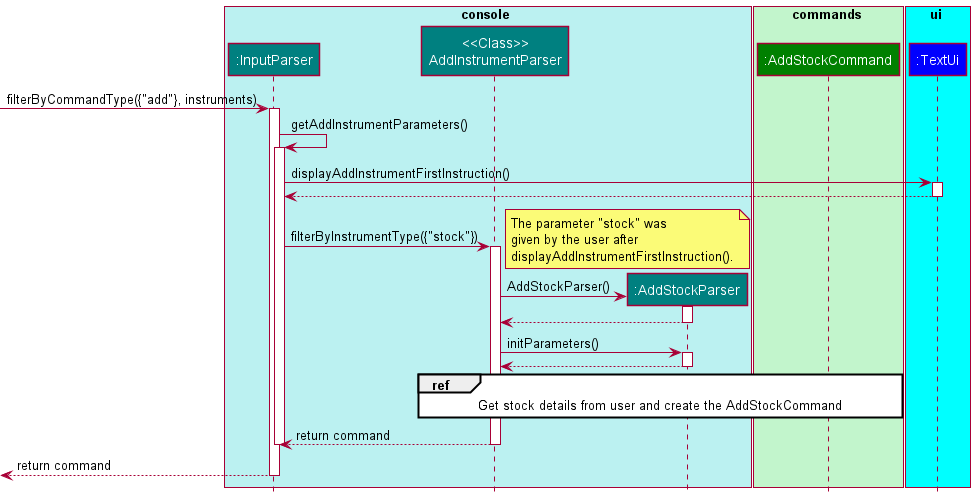
Earlier version of the PlantUML export docs/images/AddStockSequenceDiagram.png (williamlamjy/mTracker).
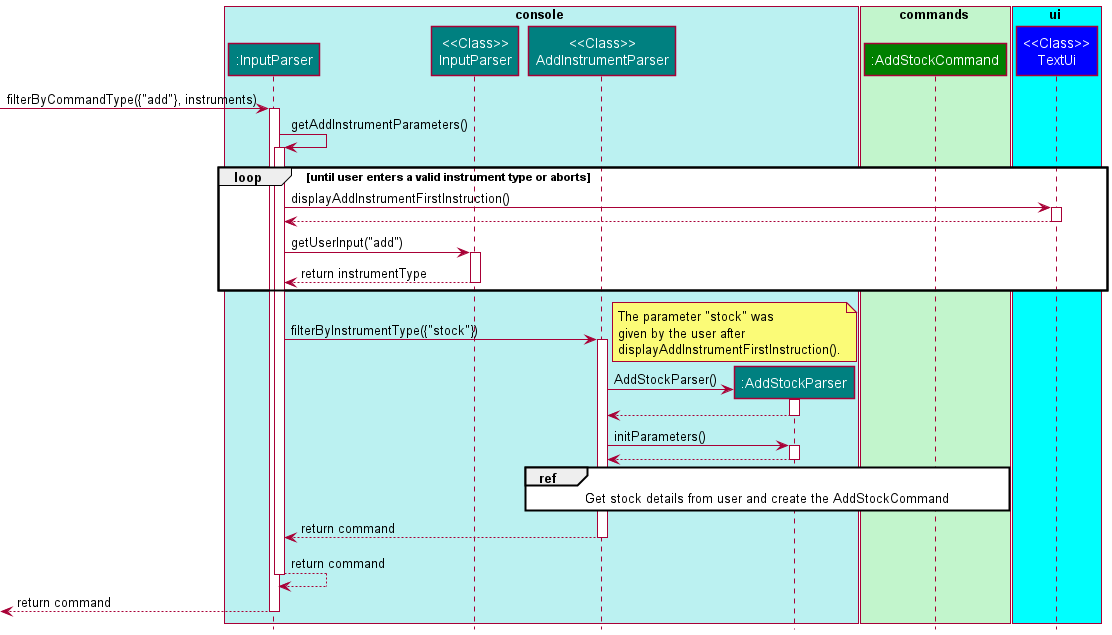
The same diagram one commit later.

Change to the diagram source:
```diff
@@ -3,6 +3,7 @@
 
 box console COLOR_CONSOLE_SEGMENT
 participant ":InputParser" as InputParser COLOR_CONSOLE
+participant "<<Class>>\nInputParser" as ClassInputParser COLOR_CONSOLE
 participant "<<Class>>\nAddInstrumentParser" as AddInstrumentParser COLOR_CONSOLE
 participant ":AddStockParser" as AddStockParser COLOR_CONSOLE
 participant ":AddStockCommand" as AddStockCommand COLOR_COMMANDS
@@ -13,7 +14,7 @@
 end box
 
 box ui COLOR_LIGHT_BLUE
-participant ":TextUi" as TextUi COLOR_UI
+participant "<<Class>>\nTextUi" as TextUi COLOR_UI
 end box
 
 
@@ -23,11 +24,17 @@
 InputParser -> InputParser : getAddInstrumentParameters()
 activate InputParser
 
-InputParser -> TextUi : displayAddInstrumentFirstInstruction()
-activate TextUi
+    loop until user enters a valid instrument type or aborts
+        InputParser -> TextUi : displayAddInstrumentFirstInstruction()
+        activate TextUi
 
-TextUi --> InputParser
-deactivate TextUi
+        TextUi --> InputParser
+        deactivate TextUi
+        InputParser -> ClassInputParser : getUserInput("add")
+        activate ClassInputParser
+        ClassInputParser --> InputParser : return instrumentType
+        deactivate ClassInputParser
+    end loop
 
 InputParser -> AddInstrumentParser : filterByInstrumentType({"stock"})
 activate AddInstrumentParser
@@ -56,6 +63,7 @@
 
 AddInstrumentParser --> InputParser : return command
 deactivate AddInstrumentParser
+InputParser --> InputParser : return command
 deactivate InputParser
 [<-- InputParser : return command
 deactivate InputParser
```
